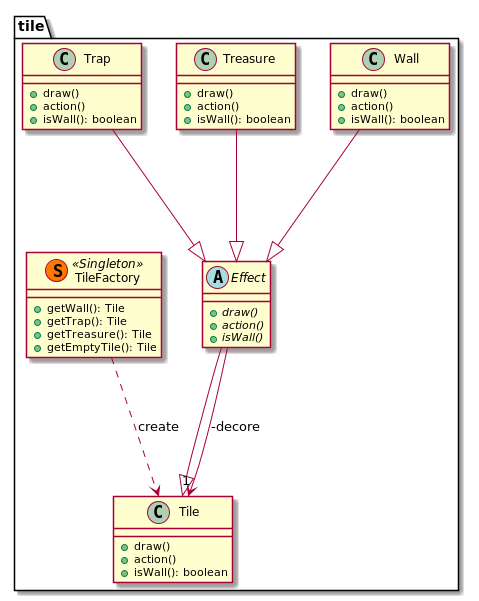
Before: doc/first_sprint/diagrams/class/tiles.png, a diagram exported from PlantUML (Reynault/ACL_2019_Zelpop).
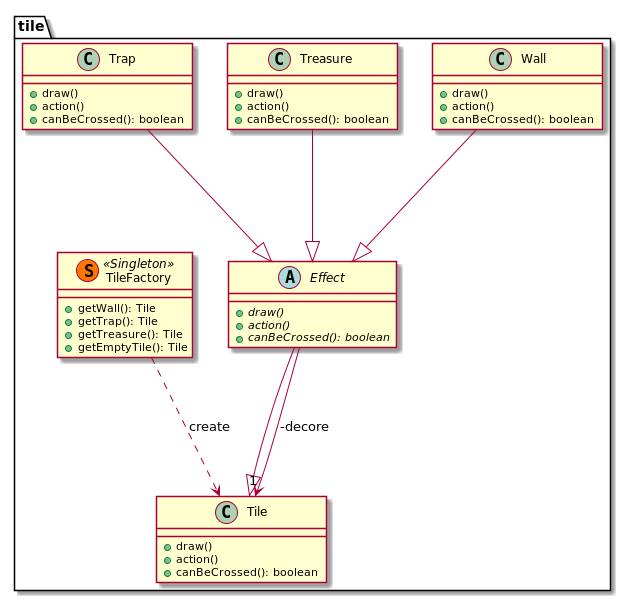
The same file after the commit.

Change to the diagram source:
```diff
@@ -4,31 +4,31 @@
     class Tile{
         + draw()
         + action()
-        + isWall(): boolean
+        + canBeCrossed(): boolean
     }
 
     class Wall{
         + draw()
         + action()
-        + isWall(): boolean
+        + canBeCrossed(): boolean
     }
 
     class Treasure{
         + draw()
         + action()
-        + isWall(): boolean
+        + canBeCrossed(): boolean
     }
 
     class Trap{
         + draw()
         + action()
-        + isWall(): boolean
+        + canBeCrossed(): boolean
     }
 
     abstract Effect{
         + {abstract} draw()
         + {abstract} action()
-        + {abstract} isWall()
+        + {abstract} canBeCrossed(): boolean
     }
 
     class TileFactory << (S,#FF7700) Singleton >>{
```
